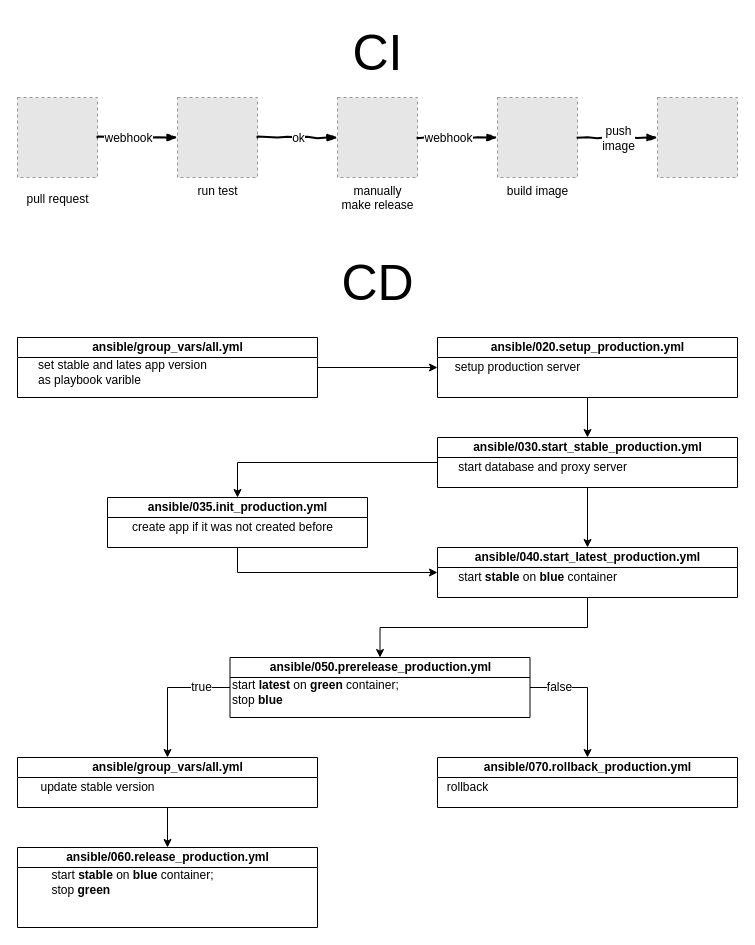
Before: docs/pipeline.drawio in elegantsignal/finalprojectpipeline, a draw.io diagram. Source tidied: cells renumbered, new cells numbered last; positions are measured from the earlier drawing's top-left corner, leaving out a move shared by most shapes. Both pictures are drawn from the tidied source at 100%, with x=0, y=0 at pixel (17, 17). Pictures stored in the file or linked from it are replaced by grey dashed boxes.
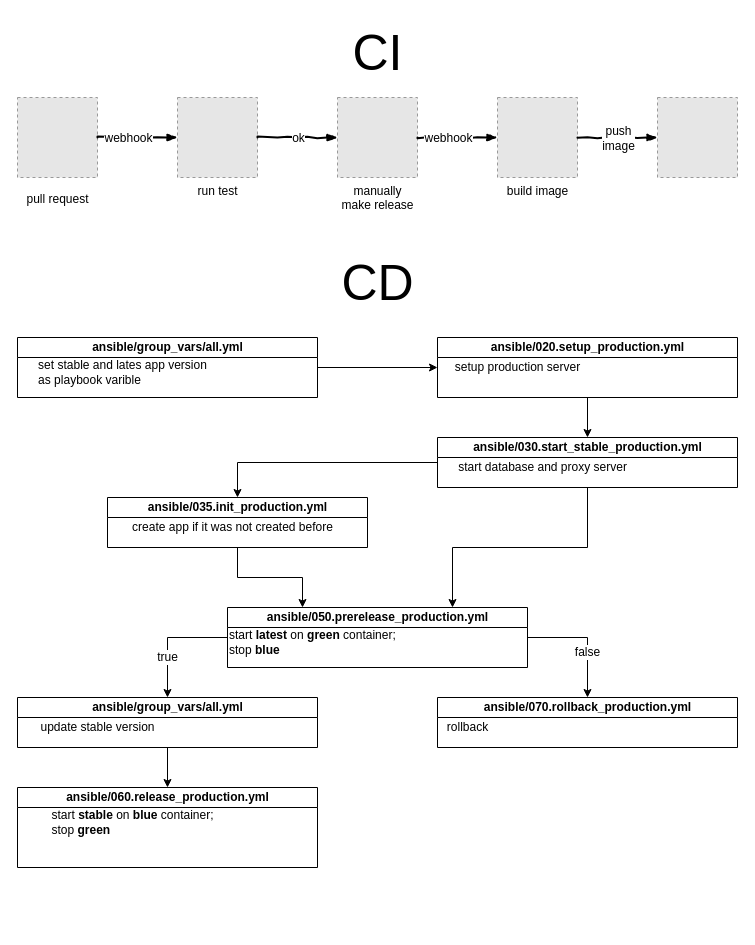
The same diagram, later.

The change refers to these unchanged cells:
```xml
<mxCell id="17" value="ansible/030.start_stable_production.yml" style="swimlane;html=1;startSize=20;horizontal=1;containerType=tree;strokeWidth=1;fontSize=12;" parent="1" vertex="1">
  <mxGeometry x="420" y="420" width="300" height="50" as="geometry" />
</mxCell>
<mxCell id="34" value="ansible/035.init_production.yml" style="swimlane;html=1;startSize=20;horizontal=1;containerType=tree;strokeWidth=1;fontSize=12;" parent="1" vertex="1">
  <mxGeometry x="90" y="480" width="260" height="50" as="geometry" />
</mxCell>
```

What changed in the source:
```diff
@@
-    <mxCell id="16" style="edgeStyle=orthogonalEdgeStyle;rounded=0;jettySize=auto;html=1;strokeColor=#000000;fontSize=12;" parent="1" edge="1" source="17" target="20">
+    <mxCell id="16" style="edgeStyle=orthogonalEdgeStyle;rounded=0;jettySize=auto;html=1;strokeColor=#000000;fontSize=12;entryX=0.75;entryY=0;entryDx=0;entryDy=0;" parent="1" edge="1" source="17" target="24">
       <mxGeometry relative="1" as="geometry" />
     </mxCell>
@@
-    <mxCell id="19" style="edgeStyle=orthogonalEdgeStyle;rounded=0;jettySize=auto;html=1;strokeColor=#000000;fontSize=12;" parent="1" edge="1" source="20" target="24">
-      <mxGeometry relative="1" as="geometry" />
-    </mxCell>
-    <mxCell id="20" value="ansible/040.start_latest_production.yml" style="swimlane;html=1;startSize=20;horizontal=1;containerType=tree;strokeWidth=1;fontSize=12;" parent="1" vertex="1">
-      <mxGeometry x="420" y="530" width="300" height="50" as="geometry" />
-    </mxCell>
-    <mxCell id="21" value="start &lt;b&gt;stable&lt;/b&gt; on &lt;b&gt;blue&lt;/b&gt; container" style="text;html=1;align=center;verticalAlign=middle;fontSize=12;" parent="20" vertex="1">
-      <mxGeometry y="20" width="200" height="20" as="geometry" />
-    </mxCell>
     <mxCell id="22" value="true" style="edgeStyle=orthogonalEdgeStyle;rounded=0;jettySize=auto;html=1;strokeColor=#000000;fontSize=12;exitX=0;exitY=0.5;exitDx=0;exitDy=0;" parent="1" edge="1" source="24" target="29">
-      <mxGeometry x="-0.56" relative="1" as="geometry" />
+      <mxGeometry x="0.33" relative="1" as="geometry" />
     </mxCell>
-    <mxCell id="23" value="false" style="edgeStyle=orthogonalEdgeStyle;rounded=0;jettySize=auto;html=1;strokeColor=#000000;fontSize=12;exitX=1;exitY=0.5;exitDx=0;exitDy=0;" parent="1" edge="1" source="24" target="26">
-      <mxGeometry x="-0.54" relative="1" as="geometry" />
+    <mxCell id="23" value="false" style="edgeStyle=orthogonalEdgeStyle;rounded=0;jettySize=auto;html=1;strokeColor=#000000;fontSize=12;exitX=1;exitY=0.5;exitDx=0;exitDy=0;entryX=0.5;entryY=0;entryDx=0;entryDy=0;" parent="1" edge="1" source="24" target="26">
+      <mxGeometry x="0.25" relative="1" as="geometry" />
     </mxCell>
     <mxCell id="24" value="ansible/050.prerelease_production.yml" style="swimlane;html=1;startSize=20;horizontal=1;containerType=tree;strokeWidth=1;fontSize=12;" parent="1" vertex="1">
-      <mxGeometry x="212.5" y="640" width="300" height="60" as="geometry" />
+      <mxGeometry x="210" y="590" width="300" height="60" as="geometry" />
     </mxCell>
@@
     <mxCell id="26" value="ansible/070.rollback_production.yml" style="swimlane;html=1;startSize=20;horizontal=1;containerType=tree;strokeWidth=1;fontSize=12;" parent="1" vertex="1">
-      <mxGeometry x="420" y="740" width="300" height="50" as="geometry" />
+      <mxGeometry x="420" y="680" width="300" height="50" as="geometry" />
     </mxCell>
@@
     <mxCell id="29" value="ansible/group_vars/all.yml" style="swimlane;html=1;startSize=20;horizontal=1;containerType=tree;strokeWidth=1;fontSize=12;" parent="1" vertex="1">
-      <mxGeometry y="740" width="300" height="50" as="geometry" />
+      <mxGeometry y="680" width="300" height="50" as="geometry" />
     </mxCell>
@@
     <mxCell id="31" value="ansible/060.release_production.yml" style="swimlane;html=1;startSize=20;horizontal=1;containerType=tree;strokeWidth=1;fontSize=12;" parent="1" vertex="1">
-      <mxGeometry y="830" width="300" height="80" as="geometry" />
+      <mxGeometry y="770" width="300" height="80" as="geometry" />
     </mxCell>
@@
-    <mxCell id="33" style="edgeStyle=orthogonalEdgeStyle;rounded=0;jettySize=auto;html=1;strokeColor=#000000;fontSize=12;exitX=0.5;exitY=1;exitDx=0;exitDy=0;" parent="1" edge="1" source="34" target="20">
+    <mxCell id="33" style="edgeStyle=orthogonalEdgeStyle;rounded=0;jettySize=auto;html=1;strokeColor=#000000;fontSize=12;exitX=0.5;exitY=1;exitDx=0;exitDy=0;entryX=0.25;entryY=0;entryDx=0;entryDy=0;" parent="1" edge="1" source="34" target="24">
       <mxGeometry relative="1" as="geometry" />
     </mxCell>
```
